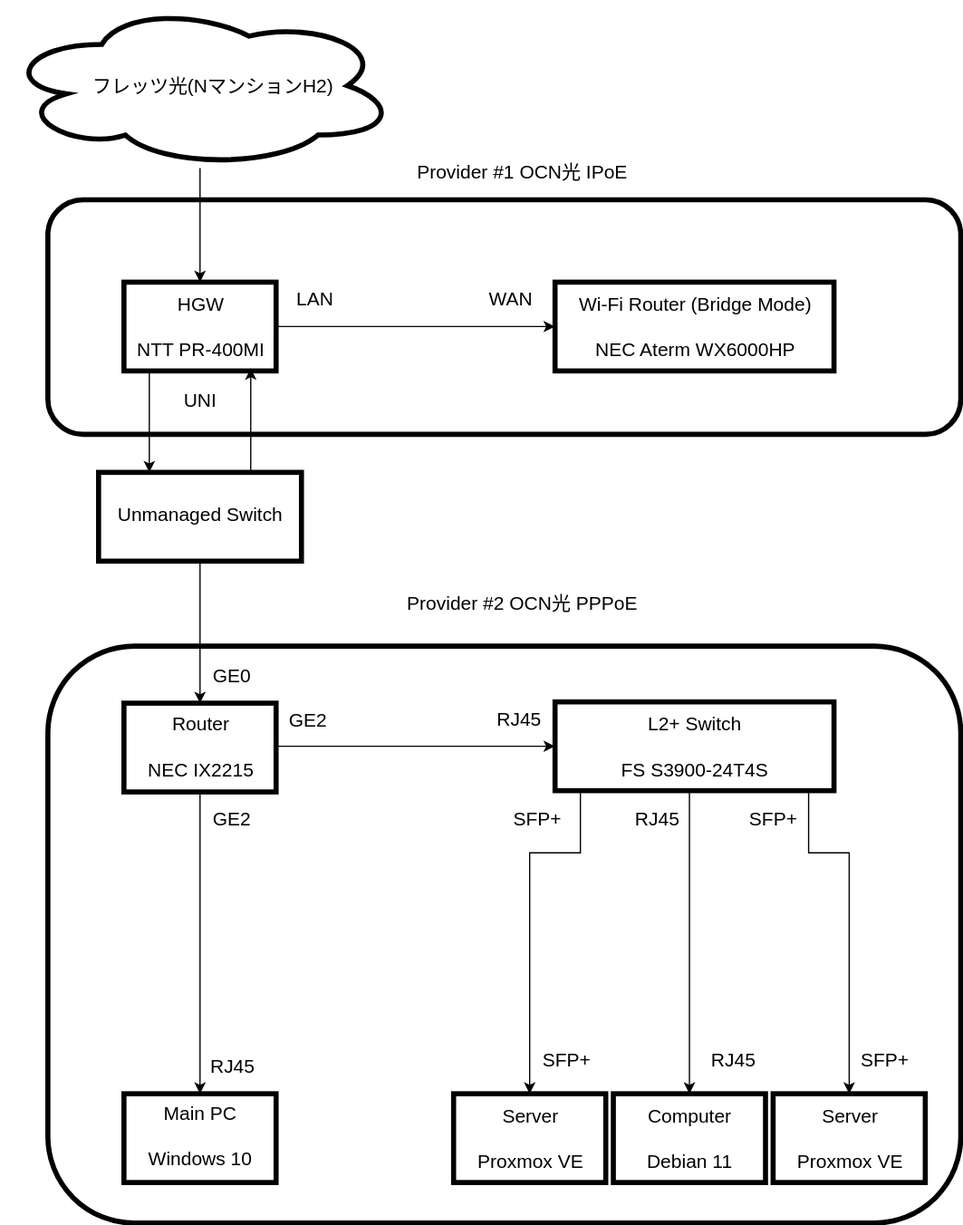
Before: docs/tsasakinet.drawio.svg, a diagram exported from draw.io (t-sasaki915/t-sasaki-net). Source tidied: cells renumbered, new cells last; positions are measured from the earlier drawing's top-left corner, leaving out a move shared by most shapes.
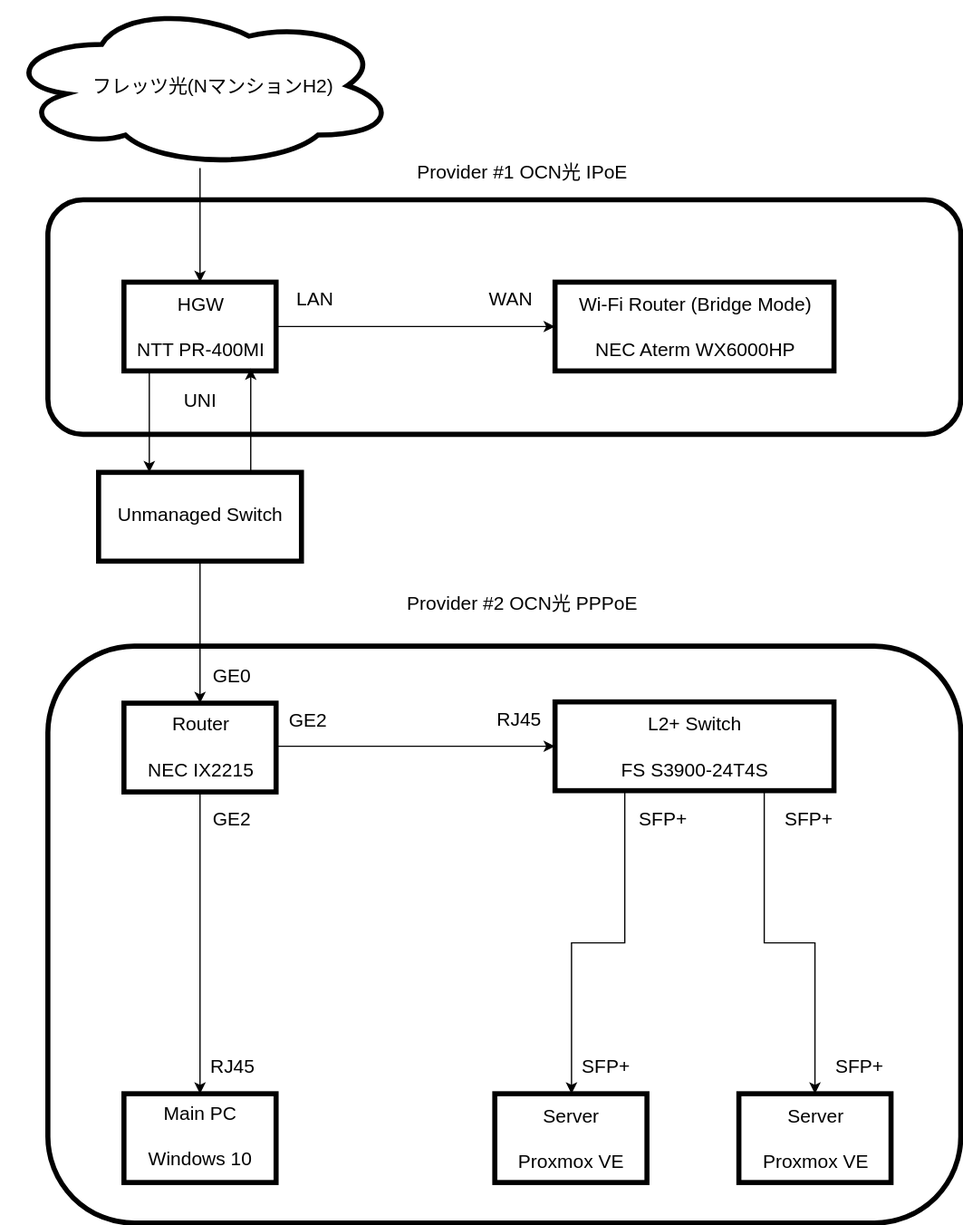
The same diagram one commit later.

The edit, as a diff of the source:
```diff
@@ -94,42 +94,23 @@
       <mxGeometry x="314" y="450" width="190" height="45" as="geometry" />
     </mxCell>
     <mxCell id="31" style="rounded=0;whiteSpace=wrap;html=1;strokeWidth=4;" parent="1" vertex="1">
-      <mxGeometry x="355" y="860" width="120" height="70" as="geometry" />
+      <mxGeometry x="387.5" y="860" width="120" height="70" as="geometry" />
     </mxCell>
     <mxCell id="32" value="&lt;span style=&quot;font-size: 15px&quot;&gt;Server&lt;br&gt;&lt;br&gt;Proxmox VE&lt;br&gt;&lt;/span&gt;" style="text;html=1;strokeColor=none;fillColor=none;align=center;verticalAlign=middle;whiteSpace=wrap;rounded=0;" parent="1" vertex="1">
-      <mxGeometry x="355" y="872.5" width="120" height="45" as="geometry" />
+      <mxGeometry x="387.5" y="872.5" width="120" height="45" as="geometry" />
     </mxCell>
     <mxCell id="33" style="rounded=0;whiteSpace=wrap;html=1;strokeWidth=4;" parent="1" vertex="1">
-      <mxGeometry x="607" y="860" width="120" height="70" as="geometry" />
+      <mxGeometry x="580" y="860" width="120" height="70" as="geometry" />
     </mxCell>
     <mxCell id="34" value="&lt;span style=&quot;font-size: 15px&quot;&gt;Server&lt;br&gt;&lt;br&gt;Proxmox VE&lt;br&gt;&lt;/span&gt;" style="text;html=1;strokeColor=none;fillColor=none;align=center;verticalAlign=middle;whiteSpace=wrap;rounded=0;" parent="1" vertex="1">
-      <mxGeometry x="607" y="872.5" width="120" height="45" as="geometry" />
+      <mxGeometry x="580" y="872.5" width="120" height="45" as="geometry" />
     </mxCell>
+    <mxCell id="36" style="edgeStyle=orthogonalEdgeStyle;rounded=0;jettySize=auto;html=1;exitX=0.25;exitY=1;exitDx=0;exitDy=0;entryX=0.5;entryY=0;entryDx=0;entryDy=0;" parent="1" edge="1" source="38" target="31">
+      <mxGeometry relative="1" as="geometry" />
+    </mxCell>
     <mxCell id="35" style="edgeStyle=orthogonalEdgeStyle;rounded=0;jettySize=auto;html=1;exitX=0.75;exitY=1;exitDx=0;exitDy=0;entryX=0.5;entryY=0;entryDx=0;entryDy=0;" parent="1" edge="1" source="38" target="33">
-      <mxGeometry relative="1" as="geometry">
-        <Array as="points">
-          <mxPoint x="635" y="621" />
-          <mxPoint x="635" y="670" />
-          <mxPoint x="667" y="670" />
-        </Array>
-      </mxGeometry>
+      <mxGeometry relative="1" as="geometry" />
     </mxCell>
-    <mxCell id="36" style="edgeStyle=orthogonalEdgeStyle;rounded=0;jettySize=auto;html=1;exitX=0.25;exitY=1;exitDx=0;exitDy=0;entryX=0.5;entryY=0;entryDx=0;entryDy=0;" parent="1" edge="1" source="38" target="31">
-      <mxGeometry relative="1" as="geometry">
-        <Array as="points">
-          <mxPoint x="455" y="621" />
-          <mxPoint x="455" y="670" />
-          <mxPoint x="415" y="670" />
-        </Array>
-      </mxGeometry>
-    </mxCell>
-    <mxCell id="37" style="edgeStyle=orthogonalEdgeStyle;rounded=0;jettySize=auto;html=1;exitX=0.5;exitY=1;exitDx=0;exitDy=0;entryX=0.5;entryY=0;entryDx=0;entryDy=0;" parent="1" edge="1" source="38" target="46">
-      <mxGeometry relative="1" as="geometry">
-        <Array as="points">
-          <mxPoint x="541" y="621" />
-        </Array>
-      </mxGeometry>
-    </mxCell>
     <mxCell id="38" style="rounded=0;whiteSpace=wrap;html=1;strokeWidth=4;" parent="1" vertex="1">
       <mxGeometry x="435" y="551" width="220" height="70" as="geometry" />
     </mxCell>
@@ -140,31 +121,19 @@
       <mxGeometry x="180" y="542" width="120" height="45" as="geometry" />
     </mxCell>
     <mxCell id="41" value="&lt;span style=&quot;font-size: 15px&quot;&gt;SFP+&lt;br&gt;&lt;/span&gt;" style="text;html=1;strokeColor=none;fillColor=none;align=center;verticalAlign=middle;whiteSpace=wrap;rounded=0;" parent="1" vertex="1">
-      <mxGeometry x="384" y="810" width="120" height="45" as="geometry" />
+      <mxGeometry x="460" y="620" width="120" height="45" as="geometry" />
     </mxCell>
     <mxCell id="42" value="&lt;span style=&quot;font-size: 15px&quot;&gt;RJ45&lt;br&gt;&lt;/span&gt;" style="text;html=1;strokeColor=none;fillColor=none;align=center;verticalAlign=middle;whiteSpace=wrap;rounded=0;" parent="1" vertex="1">
       <mxGeometry x="346.5" y="541" width="120" height="45" as="geometry" />
     </mxCell>
     <mxCell id="43" value="&lt;span style=&quot;font-size: 15px&quot;&gt;SFP+&lt;br&gt;&lt;/span&gt;" style="text;html=1;strokeColor=none;fillColor=none;align=center;verticalAlign=middle;whiteSpace=wrap;rounded=0;" parent="1" vertex="1">
-      <mxGeometry x="635" y="810" width="120" height="45" as="geometry" />
+      <mxGeometry x="415" y="815" width="120" height="45" as="geometry" />
     </mxCell>
     <mxCell id="44" value="&lt;span style=&quot;font-size: 15px&quot;&gt;SFP+&lt;br&gt;&lt;/span&gt;" style="text;html=1;strokeColor=none;fillColor=none;align=center;verticalAlign=middle;whiteSpace=wrap;rounded=0;" parent="1" vertex="1">
-      <mxGeometry x="361" y="620" width="120" height="45" as="geometry" />
+      <mxGeometry x="615" y="815" width="120" height="45" as="geometry" />
     </mxCell>
     <mxCell id="45" value="&lt;span style=&quot;font-size: 15px&quot;&gt;SFP+&lt;br&gt;&lt;/span&gt;" style="text;html=1;strokeColor=none;fillColor=none;align=center;verticalAlign=middle;whiteSpace=wrap;rounded=0;" parent="1" vertex="1">
-      <mxGeometry x="547" y="620" width="120" height="45" as="geometry" />
+      <mxGeometry x="575" y="620" width="120" height="45" as="geometry" />
     </mxCell>
-    <mxCell id="46" style="rounded=0;whiteSpace=wrap;html=1;strokeWidth=4;" parent="1" vertex="1">
-      <mxGeometry x="481" y="860" width="120" height="70" as="geometry" />
-    </mxCell>
-    <mxCell id="47" value="&lt;span style=&quot;font-size: 15px&quot;&gt;Computer&lt;br&gt;&lt;br&gt;PRIMERGY&lt;br&gt;&lt;/span&gt;" style="text;html=1;strokeColor=none;fillColor=none;align=center;verticalAlign=middle;whiteSpace=wrap;rounded=0;" parent="1" vertex="1">
-      <mxGeometry x="481" y="872.5" width="120" height="45" as="geometry" />
-    </mxCell>
-    <mxCell id="48" value="&lt;span style=&quot;font-size: 15px&quot;&gt;RJ45&lt;br&gt;&lt;/span&gt;" style="text;html=1;strokeColor=none;fillColor=none;align=center;verticalAlign=middle;whiteSpace=wrap;rounded=0;" parent="1" vertex="1">
-      <mxGeometry x="455" y="620" width="120" height="45" as="geometry" />
-    </mxCell>
-    <mxCell id="49" value="&lt;span style=&quot;font-size: 15px&quot;&gt;RJ45&lt;br&gt;&lt;/span&gt;" style="text;html=1;strokeColor=none;fillColor=none;align=center;verticalAlign=middle;whiteSpace=wrap;rounded=0;" parent="1" vertex="1">
-      <mxGeometry x="515" y="810" width="120" height="45" as="geometry" />
-    </mxCell>
   </root>
 </mxGraphModel>
```
